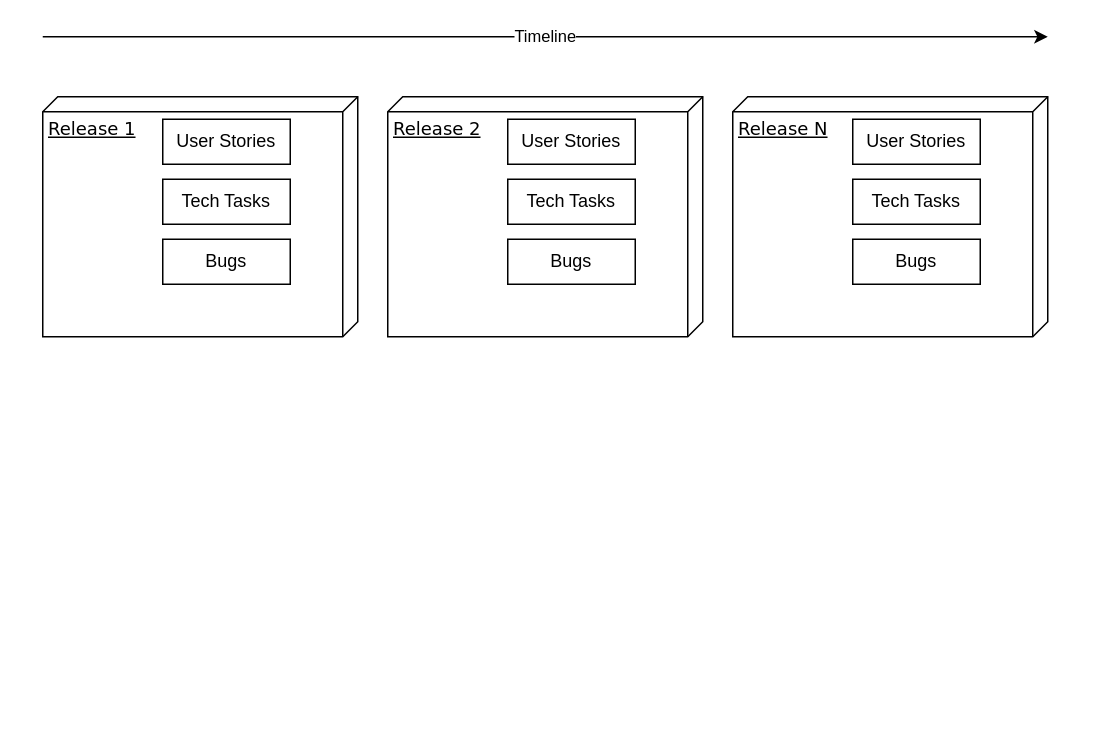
j-croix/Python_basics keeps this draw.io diagram as page "Jira - Structure" (1 of 2) of Untitled Diagram.drawio. Above is the earlier version. Source tidied: cells renumbered, new cells numbered last; positions are measured from the earlier drawing's top-left corner, leaving out a move shared by most shapes. Both pictures are drawn from the tidied source at 150%, with x=0, y=0 at pixel (42, 36).
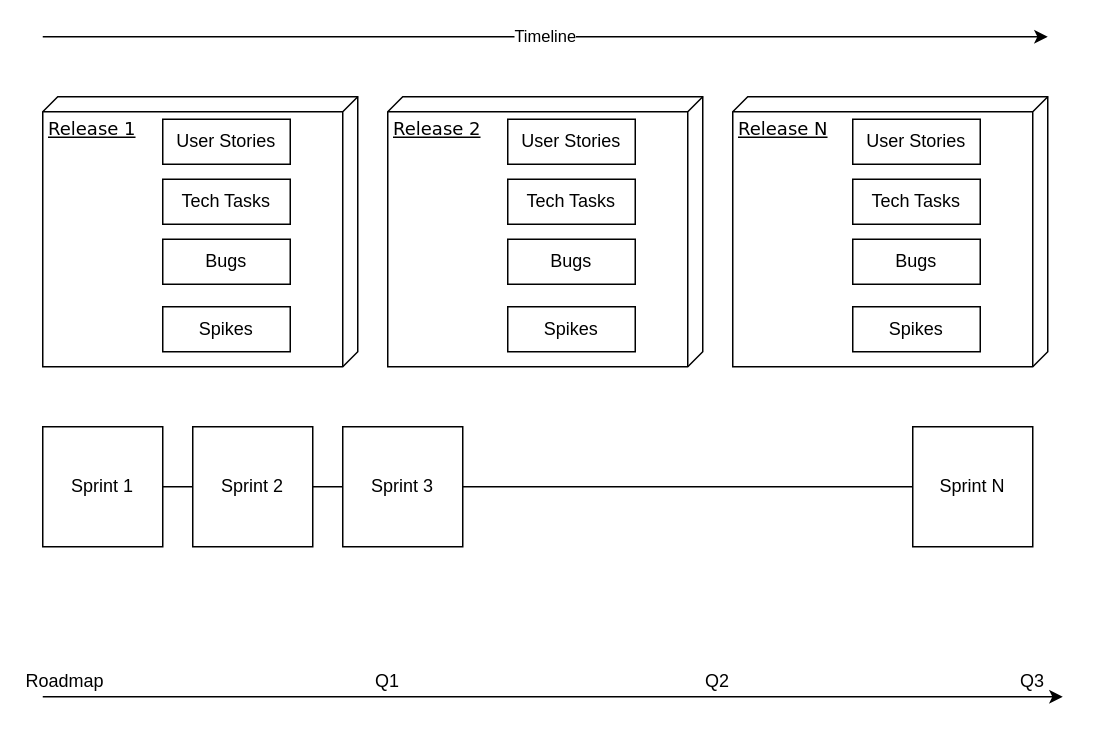
The same diagram, later.

Change to the diagram source:
```diff
@@
+    <mxCell id="15" style="edgeStyle=orthogonalEdgeStyle;rounded=0;jettySize=auto;html=1;exitX=0;exitY=0.5;exitDx=0;exitDy=0;entryX=1;entryY=0.5;entryDx=0;entryDy=0;" parent="1" edge="1" source="24" target="27">
+      <mxGeometry relative="1" as="geometry">
+        <Array as="points">
+          <mxPoint x="500" y="300" />
+          <mxPoint x="500" y="300" />
+        </Array>
+      </mxGeometry>
+    </mxCell>
     <mxCell id="2" value="Release 1" style="verticalAlign=top;align=left;spacingTop=8;spacingLeft=2;spacingRight=12;shape=cube;size=10;direction=south;fontStyle=4;html=1;rounded=0;shadow=0;comic=0;labelBackgroundColor=none;strokeWidth=1;fontFamily=Verdana;fontSize=12;" parent="1" vertex="1">
-      <mxGeometry y="40" width="210" height="160" as="geometry" />
+      <mxGeometry y="40" width="210" height="180" as="geometry" />
     </mxCell>
@@
     <mxCell id="7" value="Release 2" style="verticalAlign=top;align=left;spacingTop=8;spacingLeft=2;spacingRight=12;shape=cube;size=10;direction=south;fontStyle=4;html=1;rounded=0;shadow=0;comic=0;labelBackgroundColor=none;strokeWidth=1;fontFamily=Verdana;fontSize=12;" parent="1" vertex="1">
-      <mxGeometry x="230" y="40" width="210" height="160" as="geometry" />
+      <mxGeometry x="230" y="40" width="210" height="180" as="geometry" />
     </mxCell>
@@
     <mxCell id="11" value="Release N" style="verticalAlign=top;align=left;spacingTop=8;spacingLeft=2;spacingRight=12;shape=cube;size=10;direction=south;fontStyle=4;html=1;rounded=0;shadow=0;comic=0;labelBackgroundColor=none;strokeWidth=1;fontFamily=Verdana;fontSize=12;" parent="1" vertex="1">
-      <mxGeometry x="460" y="40" width="210" height="160" as="geometry" />
+      <mxGeometry x="460" y="40" width="210" height="180" as="geometry" />
     </mxCell>
@@
+    <mxCell id="16" value="Spikes" style="rounded=0;whiteSpace=wrap;html=1;" parent="1" vertex="1">
+      <mxGeometry x="80" y="180" width="85" height="30" as="geometry" />
+    </mxCell>
+    <mxCell id="17" value="Spikes" style="rounded=0;whiteSpace=wrap;html=1;" parent="1" vertex="1">
+      <mxGeometry x="310" y="180" width="85" height="30" as="geometry" />
+    </mxCell>
+    <mxCell id="18" value="Spikes" style="rounded=0;whiteSpace=wrap;html=1;" parent="1" vertex="1">
+      <mxGeometry x="540" y="180" width="85" height="30" as="geometry" />
+    </mxCell>
+    <mxCell id="19" style="endArrow=classic;html=1;" parent="1" edge="1">
+      <mxGeometry relative="1" as="geometry">
+        <mxPoint y="440" as="sourcePoint" />
+        <mxPoint x="680" y="440" as="targetPoint" />
+      </mxGeometry>
+    </mxCell>
+    <mxCell id="20" value="Q1" style="text;html=1;strokeColor=none;fillColor=none;align=center;verticalAlign=middle;whiteSpace=wrap;rounded=0;" parent="1" vertex="1">
+      <mxGeometry x="210" y="420" width="40" height="20" as="geometry" />
+    </mxCell>
+    <mxCell id="21" value="Q2" style="text;html=1;strokeColor=none;fillColor=none;align=center;verticalAlign=middle;whiteSpace=wrap;rounded=0;" parent="1" vertex="1">
+      <mxGeometry x="430" y="420" width="40" height="20" as="geometry" />
+    </mxCell>
+    <mxCell id="22" value="Roadmap" style="text;html=1;strokeColor=none;fillColor=none;align=center;verticalAlign=middle;whiteSpace=wrap;rounded=0;" parent="1" vertex="1">
+      <mxGeometry y="420" width="30" height="20" as="geometry" />
+    </mxCell>
+    <mxCell id="23" value="Q3" style="text;html=1;strokeColor=none;fillColor=none;align=center;verticalAlign=middle;whiteSpace=wrap;rounded=0;" parent="1" vertex="1">
+      <mxGeometry x="640" y="420" width="40" height="20" as="geometry" />
+    </mxCell>
+    <mxCell id="24" value="Sprint 1" style="whiteSpace=wrap;html=1;" parent="1" vertex="1">
+      <mxGeometry y="260" width="80" height="80" as="geometry" />
+    </mxCell>
+    <mxCell id="25" value="Sprint 2" style="whiteSpace=wrap;html=1;" parent="1" vertex="1">
+      <mxGeometry x="100" y="260" width="80" height="80" as="geometry" />
+    </mxCell>
+    <mxCell id="26" value="Sprint 3" style="whiteSpace=wrap;html=1;" parent="1" vertex="1">
+      <mxGeometry x="200" y="260" width="80" height="80" as="geometry" />
+    </mxCell>
+    <mxCell id="27" value="Sprint N" style="whiteSpace=wrap;html=1;" parent="1" vertex="1">
+      <mxGeometry x="580" y="260" width="80" height="80" as="geometry" />
+    </mxCell>
```
